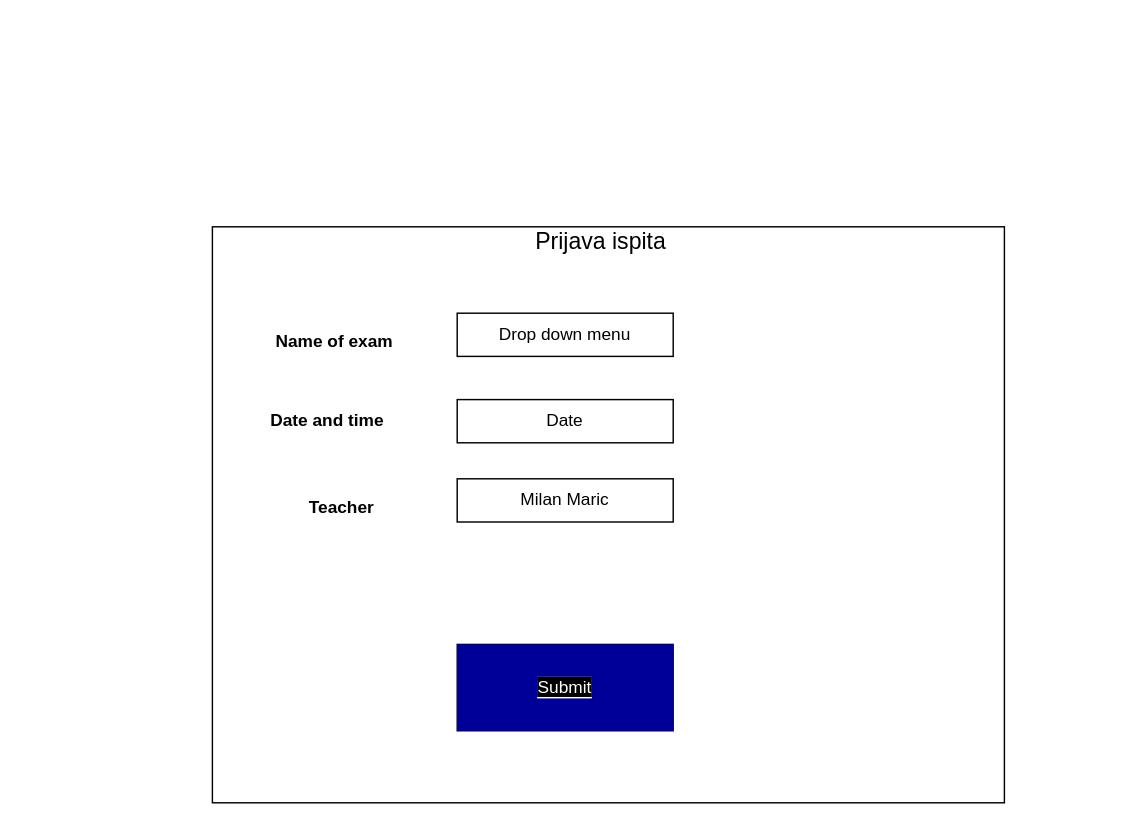
The draw.io diagram EObrazivanjeProjekat/Wireframes/ZakzaivanjeIspitaKodTeachera.drawio in milankrunic/EObrazovanjeProjekat2021, before the edit. Source tidied: cells renumbered, new cells numbered last; positions are measured from the earlier drawing's top-left corner, leaving out a move shared by most shapes. Both pictures are drawn from the tidied source at 144%, with x=0, y=0 at pixel (212, 226).
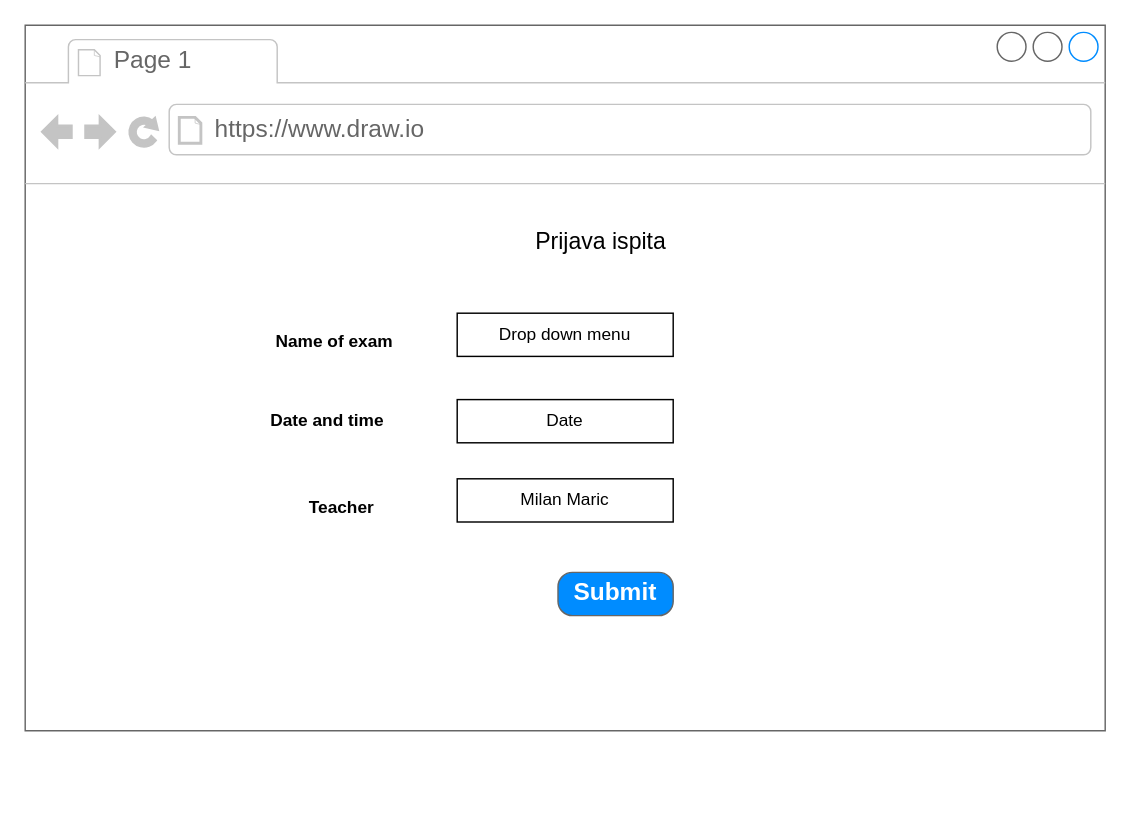
The same page after the edit.

Diff of the diagram source:
```diff
@@
 <mxGraphModel>
   <root>
     <mxCell id="0" />
     <mxCell id="1" parent="0" />
-    <mxCell id="2" style="rounded=0;whiteSpace=wrap;html=1;" parent="1" vertex="1">
-      <mxGeometry width="550" height="400" as="geometry" />
-    </mxCell>
+    <mxCell id="11" style="strokeWidth=1;shadow=0;dashed=0;align=center;html=1;shape=mxgraph.mockup.containers.browserWindow;rSize=0;strokeColor=#666666;strokeColor2=#008cff;strokeColor3=#c4c4c4;mainText=,;" parent="1" vertex="1">
+      <mxGeometry x="-130" y="-140" width="750" height="490" as="geometry" />
+    </mxCell>
+    <mxCell id="12" value="Page 1" style="strokeWidth=1;shadow=0;dashed=0;align=center;html=1;shape=mxgraph.mockup.containers.anchor;fontSize=17;fontColor=#666666;align=left;" parent="11" vertex="1">
+      <mxGeometry x="60" y="12" width="110" height="26" as="geometry" />
+    </mxCell>
+    <mxCell id="13" value="https://www.draw.io" style="strokeWidth=1;shadow=0;dashed=0;align=center;html=1;shape=mxgraph.mockup.containers.anchor;rSize=0;fontSize=17;fontColor=#666666;align=left;" parent="11" vertex="1">
+      <mxGeometry x="130" y="60" width="250" height="26" as="geometry" />
+    </mxCell>
+    <mxCell id="10" value="Submit" style="strokeWidth=1;shadow=0;dashed=0;align=center;html=1;shape=mxgraph.mockup.buttons.button;strokeColor=#666666;fontColor=#ffffff;mainText=;buttonStyle=round;fontSize=17;fontStyle=1;fillColor=#008cff;whiteSpace=wrap;" parent="11" vertex="1">
+      <mxGeometry x="370" y="380" width="80" height="30" as="geometry" />
+    </mxCell>
     <mxCell id="3" value="&lt;font style=&quot;font-size: 16px&quot;&gt;Prijava ispita&lt;/font&gt;" style="text;html=1;strokeColor=none;fillColor=none;align=center;verticalAlign=middle;whiteSpace=wrap;rounded=0;" parent="1" vertex="1">
       <mxGeometry x="190" width="160" height="20" as="geometry" />
     </mxCell>
     <mxCell id="4" value="Name of exam" style="text;html=1;strokeColor=none;fillColor=none;align=center;verticalAlign=middle;whiteSpace=wrap;rounded=0;fontStyle=1;" parent="1" vertex="1">
       <mxGeometry x="30" y="70" width="110" height="20" as="geometry" />
     </mxCell>
     <mxCell id="5" value="Drop down menu" style="rounded=0;whiteSpace=wrap;html=1;" parent="1" vertex="1">
       <mxGeometry x="170" y="60" width="150" height="30" as="geometry" />
     </mxCell>
     <mxCell id="6" value="&lt;b&gt;Date and time&lt;/b&gt;" style="text;html=1;strokeColor=none;fillColor=none;align=center;verticalAlign=middle;whiteSpace=wrap;rounded=0;" parent="1" vertex="1">
       <mxGeometry x="30" y="125" width="100" height="20" as="geometry" />
     </mxCell>
     <mxCell id="7" value="Date" style="rounded=0;whiteSpace=wrap;html=1;" parent="1" vertex="1">
       <mxGeometry x="170" y="120" width="150" height="30" as="geometry" />
     </mxCell>
     <mxCell id="8" value="&lt;b&gt;Teacher&lt;/b&gt;" style="text;html=1;strokeColor=none;fillColor=none;align=center;verticalAlign=middle;whiteSpace=wrap;rounded=0;" parent="1" vertex="1">
       <mxGeometry x="30" y="185" width="120" height="20" as="geometry" />
     </mxCell>
     <mxCell id="9" value="Milan Maric" style="rounded=0;whiteSpace=wrap;html=1;" parent="1" vertex="1">
       <mxGeometry x="170" y="175" width="150" height="30" as="geometry" />
     </mxCell>
-    <mxCell id="10" value="&lt;span style=&quot;background-color: rgb(0 , 0 , 0)&quot;&gt;&lt;font color=&quot;#ffffff&quot;&gt;Submit&lt;/font&gt;&lt;/span&gt;" style="rounded=0;whiteSpace=wrap;html=1;labelBackgroundColor=#FFFFFF;strokeColor=#000066;fillColor=#000099;" parent="1" vertex="1">
-      <mxGeometry x="170" y="290" width="150" height="60" as="geometry" />
-    </mxCell>
   </root>
 </mxGraphModel>
```
